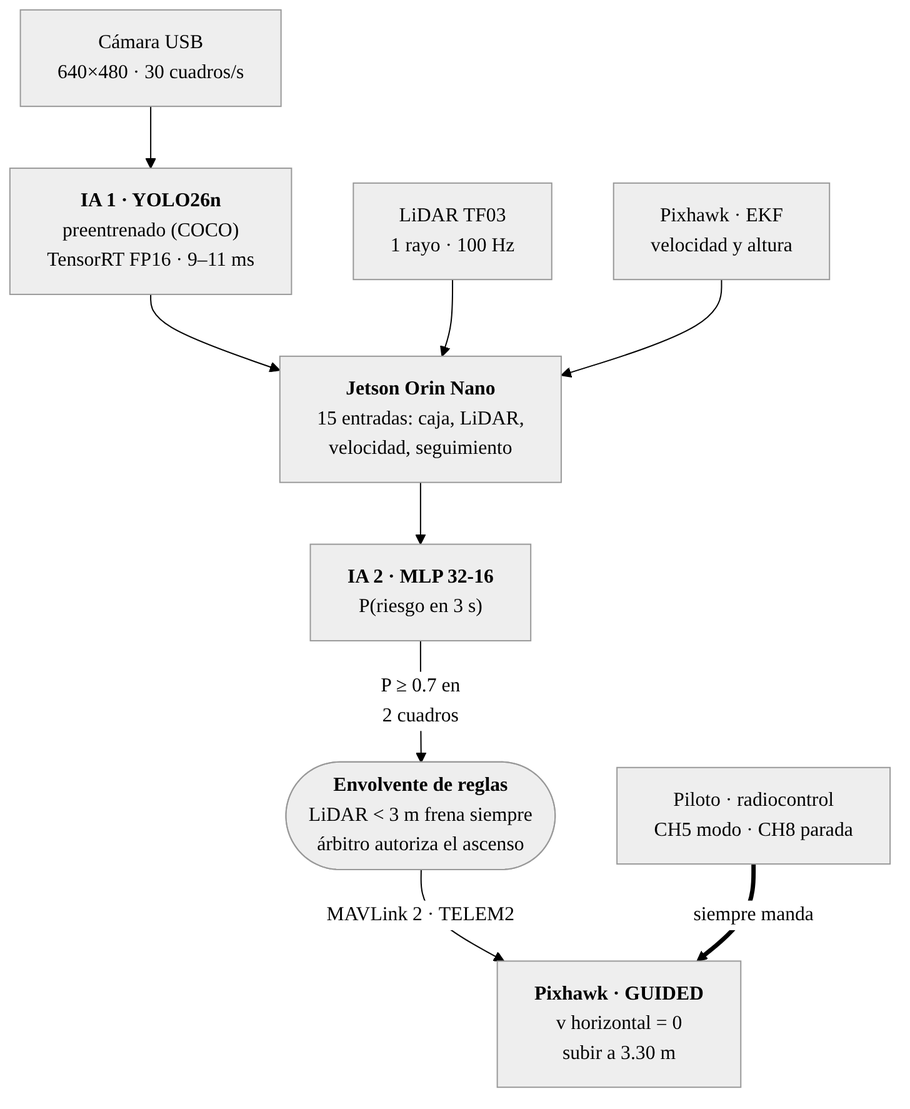
Earlier version of the Mermaid export 08_EVIDENCIA_Y_DIAGRAMAS/diagramas/01_arquitectura.png (brahianorrego/Talos-AI). Its source is kept beside it as 08_EVIDENCIA_Y_DIAGRAMAS/diagramas/01_arquitectura.mmd. Its diagram source:
```mermaid
flowchart TB
    CAM["Cámara USB<br/>640×480 · 30 cuadros/s"] --> YOLO["<b>IA 1 · YOLO26n</b><br/>preentrenado (COCO)<br/>TensorRT FP16 · 9–11 ms"]
    LID["LiDAR TF03<br/>1 rayo · 100 Hz"]
    EKF["Pixhawk · EKF<br/>velocidad y altura"]
    YOLO --> ENT
    LID --> ENT
    EKF --> ENT
    ENT["<b>Jetson Orin Nano</b><br/>15 entradas: caja, LiDAR,<br/>velocidad, seguimiento"] --> MLP["<b>IA 2 · MLP 32-16</b><br/>P(riesgo en 3 s)"]
    MLP -->|"P ≥ 0.7 en<br/>2 cuadros"| ENV(["<b>Envolvente de reglas</b><br/>LiDAR &lt; 3 m frena siempre<br/>árbitro autoriza el ascenso"])
    ENV -->|"MAVLink 2 · TELEM2"| GUI["<b>Pixhawk · GUIDED</b><br/>v horizontal = 0<br/>subir a 3.30 m"]
    RC["Piloto · radiocontrol<br/>CH5 modo · CH8 parada"] ==>|"siempre manda"| GUI
```
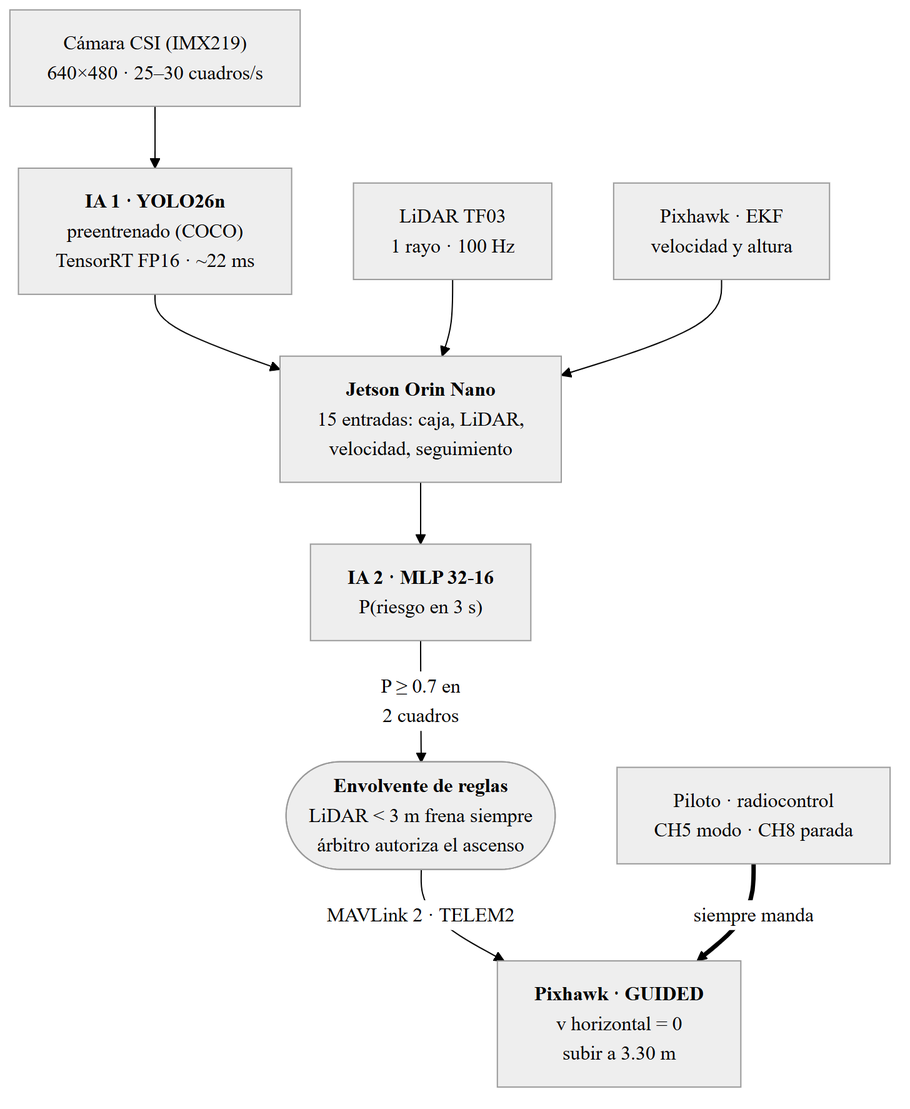
The same file after the commit.

The edit, as a diff of the source:
```diff
@@ -1,5 +1,5 @@
 flowchart TB
-    CAM["Cámara USB<br/>640×480 · 30 cuadros/s"] --> YOLO["<b>IA 1 · YOLO26n</b><br/>preentrenado (COCO)<br/>TensorRT FP16 · 9–11 ms"]
+    CAM["Cámara CSI (IMX219)<br/>640×480 · 25–30 cuadros/s"] --> YOLO["<b>IA 1 · YOLO26n</b><br/>preentrenado (COCO)<br/>TensorRT FP16 · ~22 ms"]
     LID["LiDAR TF03<br/>1 rayo · 100 Hz"]
     EKF["Pixhawk · EKF<br/>velocidad y altura"]
     YOLO --> ENT
```
